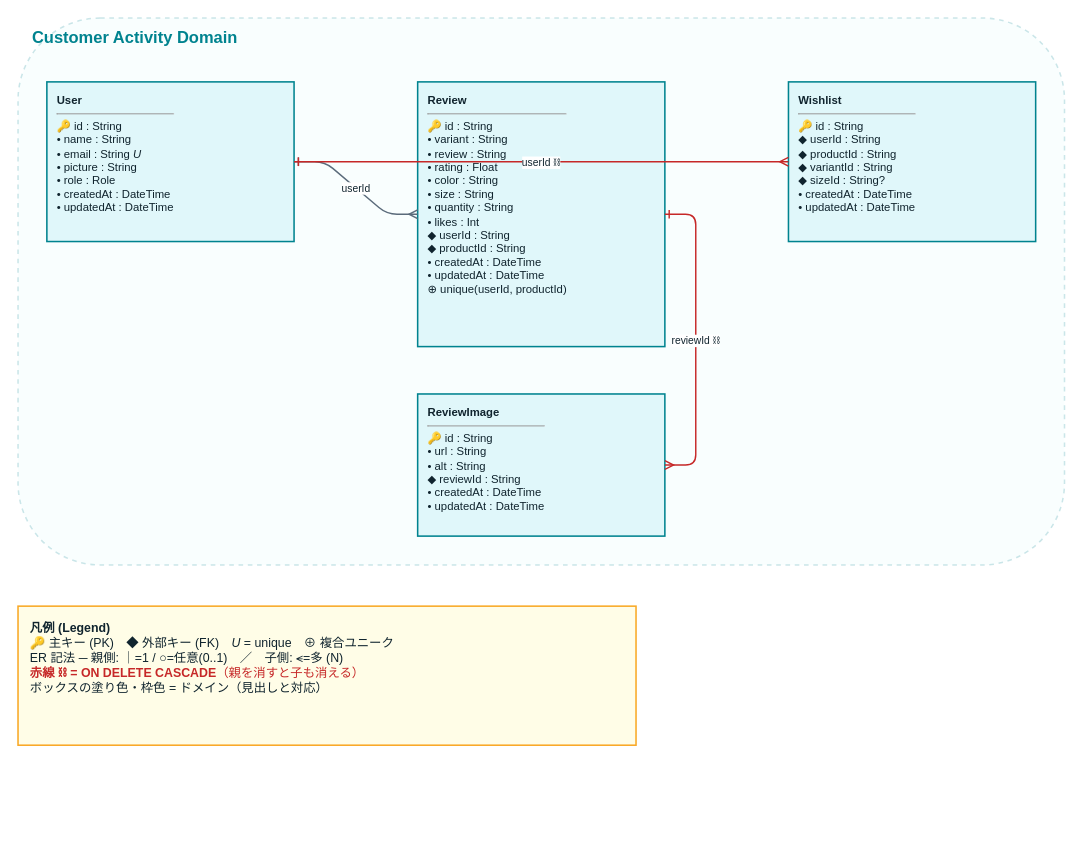
The draw.io diagram page "3. Customer Activity" (3 of 8) of docs/architecture/data-model.drawio in myoshi2891/Multi-Vendor-E-Commerce, before the edit. Source tidied: cells renumbered, new cells numbered last; positions are measured from the earlier drawing's top-left corner, leaving out a move shared by most shapes. Both pictures are drawn from the tidied source at 103%, with x=0, y=0 at pixel (18, 18).
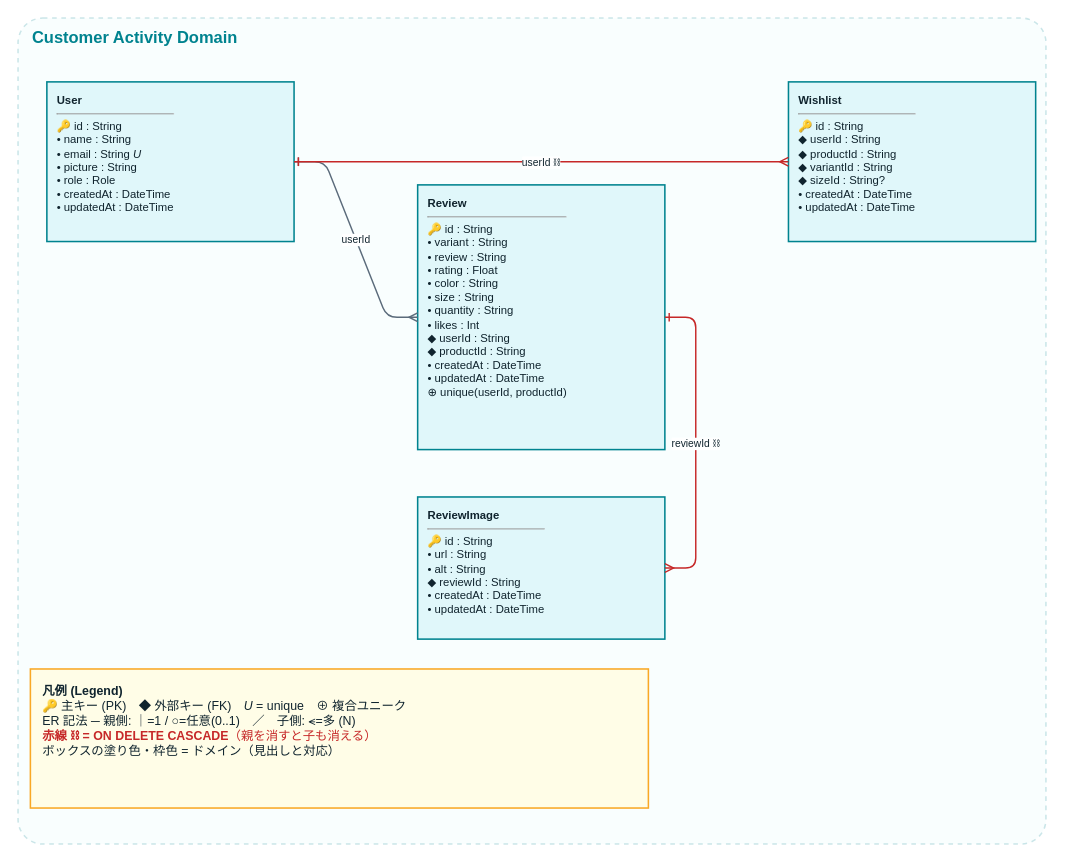
The same diagram, later.

Change to the diagram source:
```diff
@@
 <mxGraphModel>
   <root>
     <mxCell id="0" />
     <mxCell id="1" parent="0" />
-    <mxCell id="2" style="rounded=1;fillColor=#E0F7FA;opacity=20;strokeColor=#00838F;dashed=1;strokeWidth=1.5;verticalAlign=top;" parent="1" vertex="1">
-      <mxGeometry width="1016" height="531" as="geometry" />
+    <mxCell id="2" style="rounded=1;fillColor=#E0F7FA;opacity=20;strokeColor=#00838F;dashed=1;strokeWidth=1.5;verticalAlign=top;arcSize=3;" parent="1" vertex="1">
+      <mxGeometry width="998" height="802" as="geometry" />
     </mxCell>
     <mxCell id="3" value="Customer Activity Domain" style="text;html=1;fontSize=16;fontStyle=1;fontColor=#00838F;align=left;verticalAlign=middle;" parent="1" vertex="1">
       <mxGeometry x="12" y="6" width="992" height="26" as="geometry" />
     </mxCell>
     <mxCell id="4" value="&lt;b&gt;User&lt;/b&gt;&lt;hr size=&quot;1&quot;/&gt;🔑 id : String&lt;br/&gt;• name : String&lt;br/&gt;• email : String &lt;i&gt;U&lt;/i&gt;&lt;br/&gt;• picture : String&lt;br/&gt;• role : Role&lt;br/&gt;• createdAt : DateTime&lt;br/&gt;• updatedAt : DateTime" style="rounded=2;whiteSpace=wrap;html=1;align=left;verticalAlign=top;spacingLeft=8;spacingTop=5;spacingRight=6;fillColor=#E0F7FA;strokeColor=#00838F;strokeWidth=1.5;fontSize=11;fontColor=#10242E;" parent="1" vertex="1">
       <mxGeometry x="28" y="62" width="240" height="155" as="geometry" />
     </mxCell>
     <mxCell id="5" value="&lt;b&gt;Review&lt;/b&gt;&lt;hr size=&quot;1&quot;/&gt;🔑 id : String&lt;br/&gt;• variant : String&lt;br/&gt;• review : String&lt;br/&gt;• rating : Float&lt;br/&gt;• color : String&lt;br/&gt;• size : String&lt;br/&gt;• quantity : String&lt;br/&gt;• likes : Int&lt;br/&gt;◆ userId : String&lt;br/&gt;◆ productId : String&lt;br/&gt;• createdAt : DateTime&lt;br/&gt;• updatedAt : DateTime&lt;br/&gt;⊕ unique(userId, productId)" style="rounded=2;whiteSpace=wrap;html=1;align=left;verticalAlign=top;spacingLeft=8;spacingTop=5;spacingRight=6;fillColor=#E0F7FA;strokeColor=#00838F;strokeWidth=1.5;fontSize=11;fontColor=#10242E;" parent="1" vertex="1">
-      <mxGeometry x="388" y="62" width="240" height="257" as="geometry" />
+      <mxGeometry x="388" y="162" width="240" height="257" as="geometry" />
     </mxCell>
     <mxCell id="6" value="&lt;b&gt;ReviewImage&lt;/b&gt;&lt;hr size=&quot;1&quot;/&gt;🔑 id : String&lt;br/&gt;• url : String&lt;br/&gt;• alt : String&lt;br/&gt;◆ reviewId : String&lt;br/&gt;• createdAt : DateTime&lt;br/&gt;• updatedAt : DateTime" style="rounded=2;whiteSpace=wrap;html=1;align=left;verticalAlign=top;spacingLeft=8;spacingTop=5;spacingRight=6;fillColor=#E0F7FA;strokeColor=#00838F;strokeWidth=1.5;fontSize=11;fontColor=#10242E;" parent="1" vertex="1">
-      <mxGeometry x="388" y="365" width="240" height="138" as="geometry" />
+      <mxGeometry x="388" y="465" width="240" height="138" as="geometry" />
     </mxCell>
     <mxCell id="7" value="&lt;b&gt;Wishlist&lt;/b&gt;&lt;hr size=&quot;1&quot;/&gt;🔑 id : String&lt;br/&gt;◆ userId : String&lt;br/&gt;◆ productId : String&lt;br/&gt;◆ variantId : String&lt;br/&gt;◆ sizeId : String?&lt;br/&gt;• createdAt : DateTime&lt;br/&gt;• updatedAt : DateTime" style="rounded=2;whiteSpace=wrap;html=1;align=left;verticalAlign=top;spacingLeft=8;spacingTop=5;spacingRight=6;fillColor=#E0F7FA;strokeColor=#00838F;strokeWidth=1.5;fontSize=11;fontColor=#10242E;" parent="1" vertex="1">
       <mxGeometry x="748" y="62" width="240" height="155" as="geometry" />
     </mxCell>
     <mxCell id="8" value="userId" style="edgeStyle=entityRelationEdgeStyle;rounded=1;html=1;fontSize=10;fontColor=#10242E;labelBackgroundColor=#FFFFFF;jumpStyle=arc;jumpSize=10;startArrow=ERone;startFill=0;endArrow=ERmany;endFill=0;strokeColor=#5B6B7B;strokeWidth=1.4;" parent="1" edge="1" source="4" target="5">
       <mxGeometry relative="1" as="geometry" />
     </mxCell>
     <mxCell id="9" value="reviewId ⛓" style="edgeStyle=entityRelationEdgeStyle;rounded=1;html=1;fontSize=10;fontColor=#10242E;labelBackgroundColor=#FFFFFF;jumpStyle=arc;jumpSize=10;startArrow=ERone;startFill=0;endArrow=ERmany;endFill=0;strokeColor=#C62828;strokeWidth=1.4;" parent="1" edge="1" source="5" target="6">
       <mxGeometry relative="1" as="geometry" />
     </mxCell>
     <mxCell id="10" value="userId ⛓" style="edgeStyle=entityRelationEdgeStyle;rounded=1;html=1;fontSize=10;fontColor=#10242E;labelBackgroundColor=#FFFFFF;jumpStyle=arc;jumpSize=10;startArrow=ERone;startFill=0;endArrow=ERmany;endFill=0;strokeColor=#C62828;strokeWidth=1.4;" parent="1" edge="1" source="4" target="7">
       <mxGeometry relative="1" as="geometry" />
     </mxCell>
     <mxCell id="11" value="&lt;b&gt;凡例 (Legend)&lt;/b&gt;&lt;br/&gt;🔑 主キー (PK)　◆ 外部キー (FK)　&lt;i&gt;U&lt;/i&gt; = unique　⊕ 複合ユニーク&lt;br/&gt;ER 記法 ─ 親側: ｜=1 / ○=任意(0..1)　／　子側: ⪪=多 (N)&lt;br/&gt;&lt;font color='#C62828'&gt;&lt;b&gt;赤線 ⛓ = ON DELETE CASCADE&lt;/b&gt;（親を消すと子も消える）&lt;/font&gt;&lt;br/&gt;ボックスの塗り色・枠色 = ドメイン（見出しと対応）" style="rounded=2;whiteSpace=wrap;html=1;align=left;verticalAlign=top;spacingLeft=10;spacingTop=8;fillColor=#FFFDE7;strokeColor=#F9A825;strokeWidth=1.5;fontSize=12;fontColor=#10242E;" parent="1" vertex="1">
-      <mxGeometry y="571" width="600" height="135" as="geometry" />
+      <mxGeometry x="12" y="632" width="600" height="135" as="geometry" />
     </mxCell>
   </root>
 </mxGraphModel>
```
